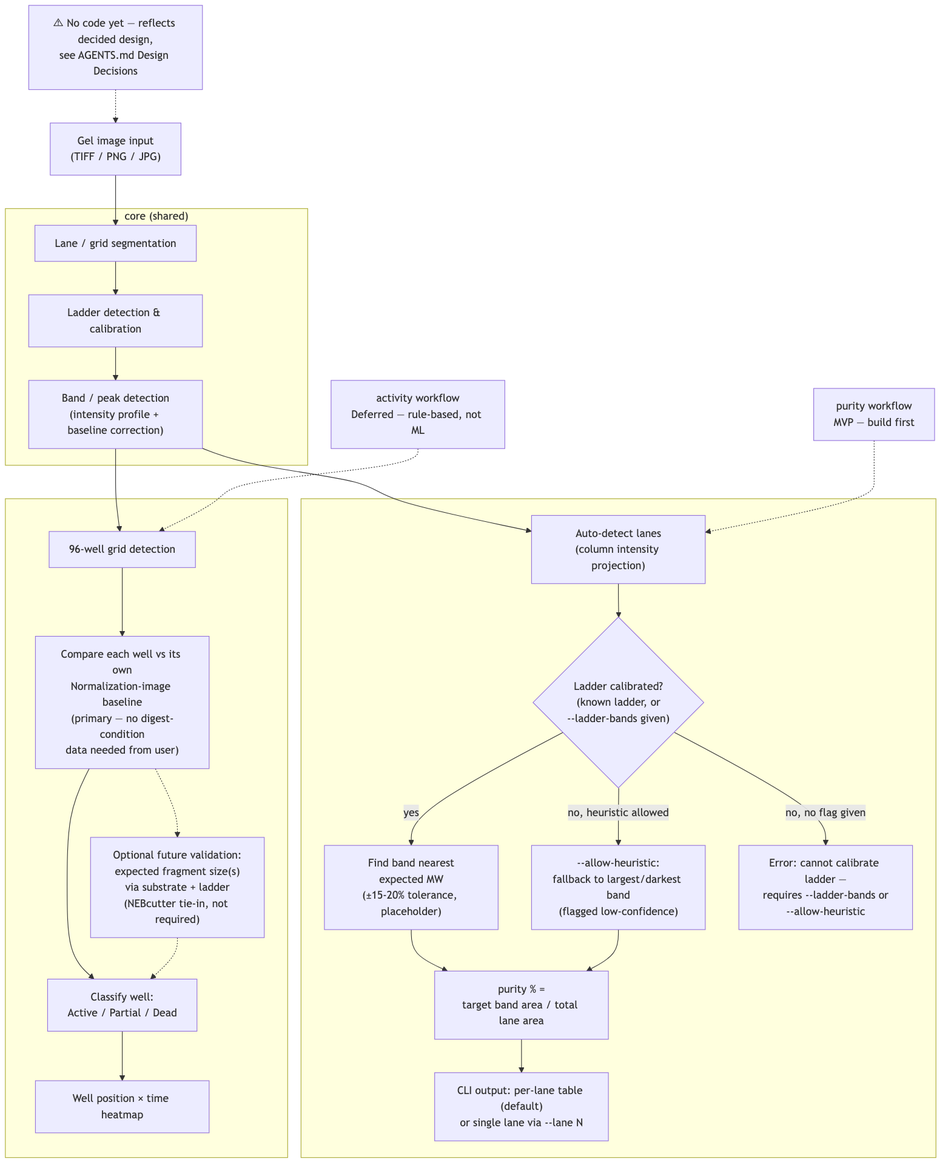
nebiolabs/gel-image-extractor keeps this Mermaid diagram as diagrams/program-flow.png. Above is the earlier version. Its source is kept beside it as diagrams/program-flow.mmd.
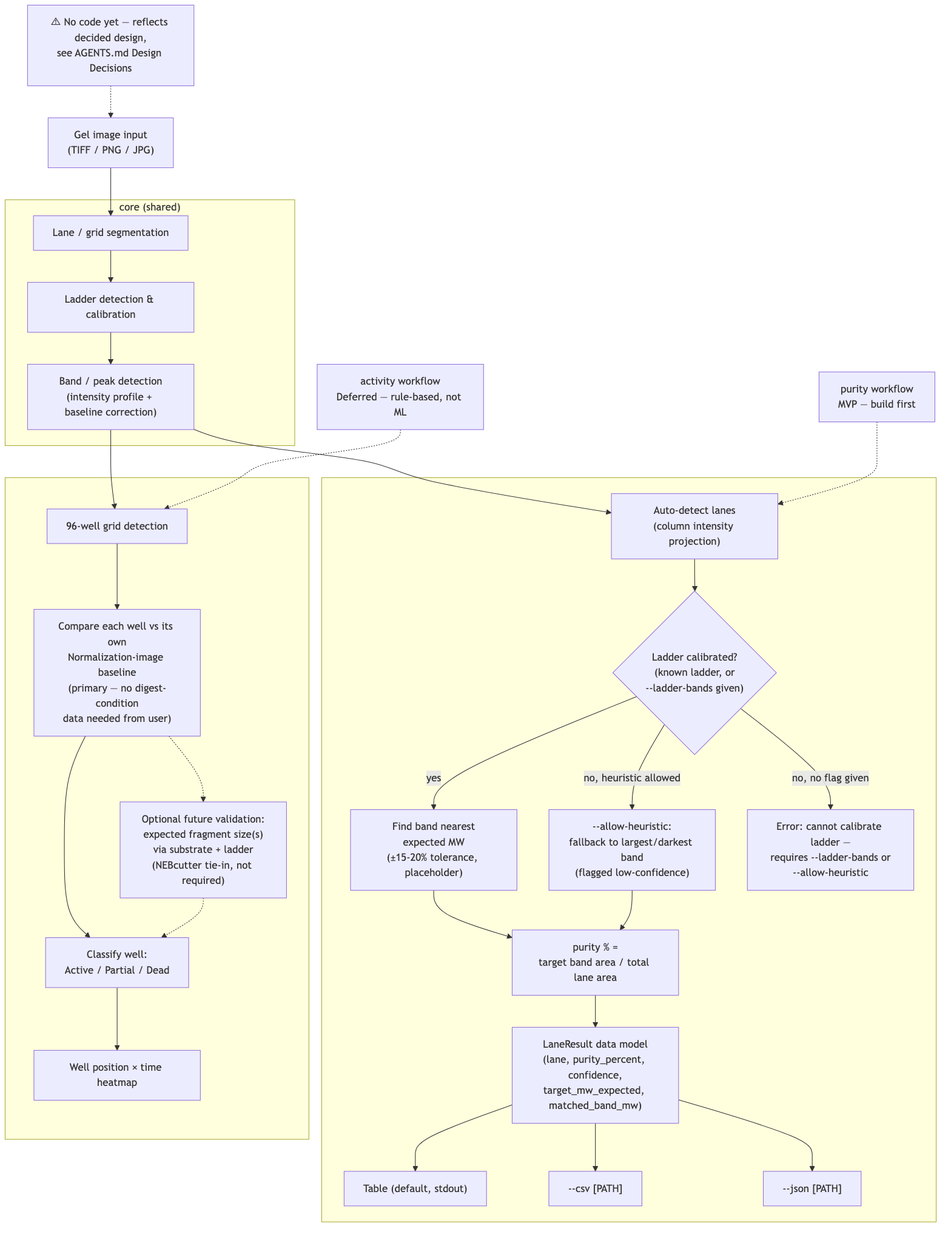
Above is the later version.

What changed in the source:
```diff
@@ -18,7 +18,10 @@
         Heuristic["--allow-heuristic:<br/>fallback to largest/darkest band<br/>(flagged low-confidence)"]
         ErrorOut["Error: cannot calibrate ladder —<br/>requires --ladder-bands or<br/>--allow-heuristic"]
         PurityCalc["purity % =<br/>target band area / total lane area"]
-        PurityOut["CLI output: per-lane table (default)<br/>or single lane via --lane N"]
+        LaneResult["LaneResult data model<br/>(lane, purity_percent, confidence,<br/>target_mw_expected, matched_band_mw)"]
+        TableOut["Table (default, stdout)"]
+        CsvOut["--csv [PATH]"]
+        JsonOut["--json [PATH]"]
     end
 
     ActivityLabel["activity workflow<br/>Deferred — rule-based, not ML"]
@@ -41,6 +44,9 @@
     LadderCal -- yes --> MWMatch --> PurityCalc
     LadderCal -- "no, heuristic allowed" --> Heuristic --> PurityCalc
     LadderCal -- "no, no flag given" --> ErrorOut
-    PurityCalc --> PurityOut
+    PurityCalc --> LaneResult
+    LaneResult --> TableOut
+    LaneResult --> CsvOut
+    LaneResult --> JsonOut
     GridDet --> Baseline --> Classify --> Heatmap
     Baseline -.-> ExpectedFrag -.-> Classify
```
